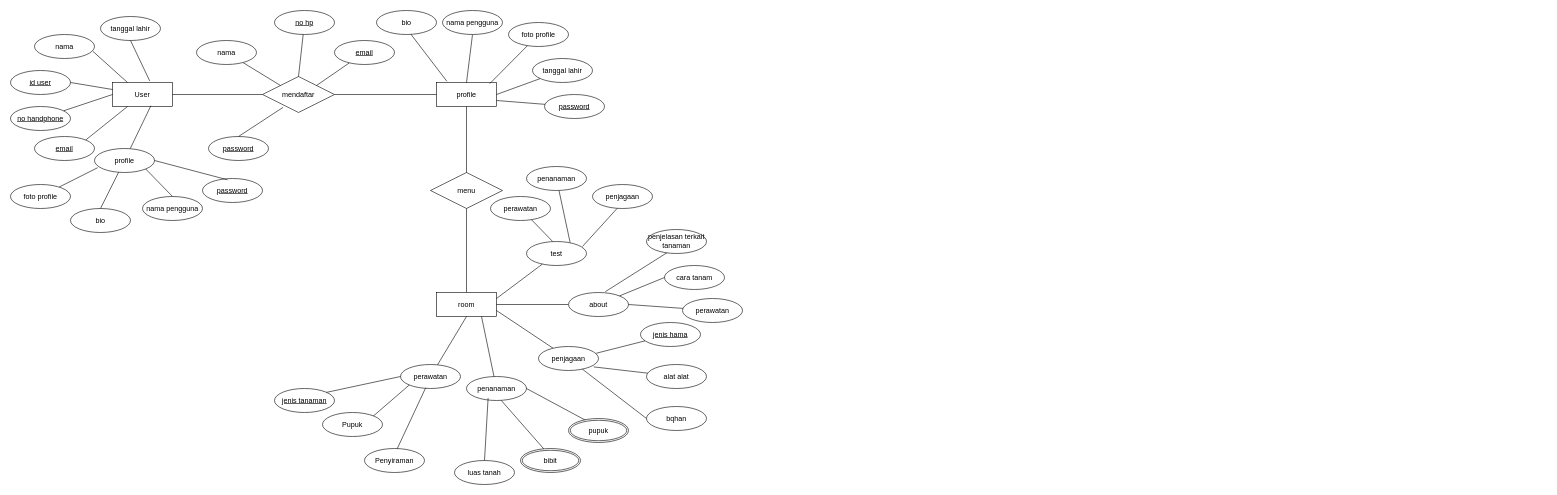
Before: ukl.drawio in aisyahgadis/FarmBot, a draw.io diagram. Source tidied: cells renumbered, new cells numbered last; positions are measured from the earlier drawing's top-left corner, leaving out a move shared by most shapes. Both pictures are drawn from the tidied source at 60%, with x=0, y=0 at pixel (10, 10).
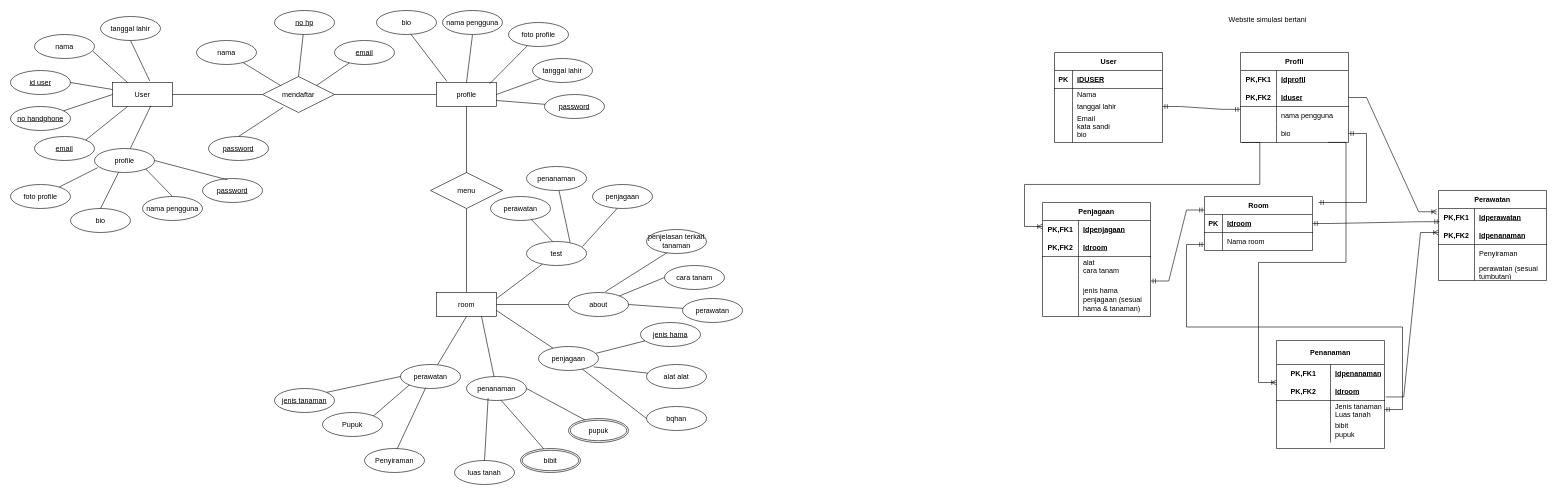
After the change.

Diff of the diagram source:
```diff
@@
+    <mxCell id="90" value="Profil" style="shape=table;startSize=30;childLayout=tableLayout;rowLines=0;fontStyle=1;align=center;html=1;whiteSpace=wrap;" parent="1" vertex="1">
+      <mxGeometry x="2050" y="70" width="180" height="150" as="geometry" />
+    </mxCell>
+    <mxCell id="91" style="shape=tableRow;horizontal=0;startSize=0;swimlaneHead=0;swimlaneBody=0;fillColor=none;top=0;left=0;right=0;bottom=0;html=1;" parent="90" vertex="1">
+      <mxGeometry y="30" width="180" height="30" as="geometry" />
+    </mxCell>
+    <mxCell id="92" value="PK,FK1" style="shape=partialRectangle;fillColor=none;top=0;left=0;bottom=0;right=0;fontStyle=1;overflow=hidden;html=1;whiteSpace=wrap;" parent="91" vertex="1">
+      <mxGeometry width="60" height="30" as="geometry" />
+    </mxCell>
+    <mxCell id="93" value="Idprofil" style="shape=partialRectangle;fillColor=none;top=0;left=0;bottom=0;right=0;align=left;spacingLeft=6;fontStyle=5;overflow=hidden;html=1;whiteSpace=wrap;" parent="91" vertex="1">
+      <mxGeometry x="60" width="120" height="30" as="geometry" />
+    </mxCell>
+    <mxCell id="94" style="shape=tableRow;horizontal=0;startSize=0;swimlaneHead=0;swimlaneBody=0;fillColor=none;points=[[0,0.5],[1,0.5]];portConstraint=eastwest;top=0;left=0;right=0;bottom=1;html=1;" parent="90" vertex="1">
+      <mxGeometry y="60" width="180" height="30" as="geometry" />
+    </mxCell>
+    <mxCell id="95" value="PK,FK2" style="shape=partialRectangle;fillColor=none;top=0;left=0;bottom=0;right=0;fontStyle=1;overflow=hidden;html=1;whiteSpace=wrap;" parent="94" vertex="1">
+      <mxGeometry width="60" height="30" as="geometry" />
+    </mxCell>
+    <mxCell id="96" value="Iduser" style="shape=partialRectangle;fillColor=none;top=0;left=0;bottom=0;right=0;align=left;spacingLeft=6;fontStyle=5;overflow=hidden;html=1;whiteSpace=wrap;" parent="94" vertex="1">
+      <mxGeometry x="60" width="120" height="30" as="geometry" />
+    </mxCell>
+    <mxCell id="97" style="shape=tableRow;horizontal=0;startSize=0;swimlaneHead=0;swimlaneBody=0;fillColor=none;points=[[0,0.5],[1,0.5]];portConstraint=eastwest;top=0;left=0;right=0;bottom=0;html=1;" parent="90" vertex="1">
+      <mxGeometry y="90" width="180" height="30" as="geometry" />
+    </mxCell>
+    <mxCell id="98" style="shape=partialRectangle;fillColor=none;top=0;left=0;bottom=0;right=0;overflow=hidden;html=1;whiteSpace=wrap;" parent="97" vertex="1">
+      <mxGeometry width="60" height="30" as="geometry" />
+    </mxCell>
+    <mxCell id="99" value="nama pengguna" style="shape=partialRectangle;fillColor=none;top=0;left=0;bottom=0;right=0;align=left;spacingLeft=6;overflow=hidden;html=1;whiteSpace=wrap;" parent="97" vertex="1">
+      <mxGeometry x="60" width="120" height="30" as="geometry" />
+    </mxCell>
+    <mxCell id="100" style="shape=tableRow;horizontal=0;startSize=0;swimlaneHead=0;swimlaneBody=0;fillColor=none;points=[[0,0.5],[1,0.5]];portConstraint=eastwest;top=0;left=0;right=0;bottom=0;html=1;" parent="90" vertex="1">
+      <mxGeometry y="120" width="180" height="30" as="geometry" />
+    </mxCell>
+    <mxCell id="101" style="shape=partialRectangle;fillColor=none;top=0;left=0;bottom=0;right=0;overflow=hidden;html=1;whiteSpace=wrap;" parent="100" vertex="1">
+      <mxGeometry width="60" height="30" as="geometry" />
+    </mxCell>
+    <mxCell id="102" value="bio" style="shape=partialRectangle;fillColor=none;top=0;left=0;bottom=0;right=0;align=left;spacingLeft=6;overflow=hidden;html=1;whiteSpace=wrap;" parent="100" vertex="1">
+      <mxGeometry x="60" width="120" height="30" as="geometry" />
+    </mxCell>
+    <mxCell id="103" value="User" style="shape=table;startSize=30;childLayout=tableLayout;rowLines=0;fontStyle=1;align=center;html=1;" parent="1" vertex="1">
+      <mxGeometry x="1740" y="70" width="180" height="150" as="geometry" />
+    </mxCell>
+    <mxCell id="104" style="shape=tableRow;horizontal=0;startSize=0;swimlaneHead=0;swimlaneBody=0;fillColor=none;top=0;left=0;right=0;bottom=1;" parent="103" vertex="1">
+      <mxGeometry y="30" width="180" height="30" as="geometry" />
+    </mxCell>
+    <mxCell id="105" value="PK" style="shape=partialRectangle;fillColor=none;top=0;left=0;bottom=0;right=0;fontStyle=1;overflow=hidden;whiteSpace=wrap;html=1;" parent="104" vertex="1">
+      <mxGeometry width="30" height="30" as="geometry" />
+    </mxCell>
+    <mxCell id="106" value="IDUSER" style="shape=partialRectangle;fillColor=none;top=0;left=0;bottom=0;right=0;align=left;spacingLeft=6;fontStyle=5;overflow=hidden;whiteSpace=wrap;html=1;" parent="104" vertex="1">
+      <mxGeometry x="30" width="150" height="30" as="geometry" />
+    </mxCell>
+    <mxCell id="107" style="shape=tableRow;horizontal=0;startSize=0;swimlaneHead=0;swimlaneBody=0;fillColor=none;top=0;left=0;right=0;bottom=0;" parent="103" vertex="1">
+      <mxGeometry y="60" width="180" height="20" as="geometry" />
+    </mxCell>
+    <mxCell id="108" style="shape=partialRectangle;fillColor=none;top=0;left=0;bottom=0;right=0;overflow=hidden;whiteSpace=wrap;html=1;" parent="107" vertex="1">
+      <mxGeometry width="30" height="20" as="geometry" />
+    </mxCell>
+    <mxCell id="109" value="Nama" style="shape=partialRectangle;fillColor=none;top=0;left=0;bottom=0;right=0;align=left;spacingLeft=6;overflow=hidden;whiteSpace=wrap;html=1;" parent="107" vertex="1">
+      <mxGeometry x="30" width="150" height="20" as="geometry" />
+    </mxCell>
+    <mxCell id="110" style="shape=tableRow;horizontal=0;startSize=0;swimlaneHead=0;swimlaneBody=0;fillColor=none;points=[[0,0.5],[1,0.5]];portConstraint=eastwest;top=0;left=0;right=0;bottom=0;" parent="103" vertex="1">
+      <mxGeometry y="80" width="180" height="20" as="geometry" />
+    </mxCell>
+    <mxCell id="111" style="shape=partialRectangle;fillColor=none;top=0;left=0;bottom=0;right=0;overflow=hidden;whiteSpace=wrap;html=1;" parent="110" vertex="1">
+      <mxGeometry width="30" height="20" as="geometry" />
+    </mxCell>
+    <mxCell id="112" value="tanggal lahir" style="shape=partialRectangle;fillColor=none;top=0;left=0;bottom=0;right=0;align=left;spacingLeft=6;overflow=hidden;whiteSpace=wrap;html=1;" parent="110" vertex="1">
+      <mxGeometry x="30" width="150" height="20" as="geometry" />
+    </mxCell>
+    <mxCell id="113" style="shape=tableRow;horizontal=0;startSize=0;swimlaneHead=0;swimlaneBody=0;fillColor=none;top=0;left=0;right=0;bottom=0;" parent="103" vertex="1">
+      <mxGeometry y="100" width="180" height="50" as="geometry" />
+    </mxCell>
+    <mxCell id="114" value="&lt;div&gt;&lt;br&gt;&lt;/div&gt;&lt;div&gt;&lt;br&gt;&lt;/div&gt;" style="shape=partialRectangle;fillColor=none;top=0;left=0;bottom=0;right=0;overflow=hidden;whiteSpace=wrap;html=1;" parent="113" vertex="1">
+      <mxGeometry width="30" height="50" as="geometry" />
+    </mxCell>
+    <mxCell id="115" value="&lt;div&gt;Email&lt;/div&gt;&lt;div&gt;kata sandi&amp;nbsp;&lt;/div&gt;&lt;div&gt;bio&lt;/div&gt;&lt;div&gt;&lt;br&gt;&lt;/div&gt;" style="shape=partialRectangle;fillColor=none;top=0;left=0;bottom=0;right=0;align=left;spacingLeft=6;overflow=hidden;whiteSpace=wrap;html=1;" parent="113" vertex="1">
+      <mxGeometry x="30" width="150" height="50" as="geometry" />
+    </mxCell>
+    <mxCell id="116" value="Room" style="shape=table;startSize=30;childLayout=tableLayout;rowLines=0;fontStyle=1;align=center;html=1;" parent="1" vertex="1">
+      <mxGeometry x="1990" y="310" width="180" height="90" as="geometry" />
+    </mxCell>
+    <mxCell id="117" style="shape=tableRow;horizontal=0;startSize=0;swimlaneHead=0;swimlaneBody=0;fillColor=none;points=[[0,0.5],[1,0.5]];portConstraint=eastwest;top=0;left=0;right=0;bottom=1;" parent="116" vertex="1">
+      <mxGeometry y="30" width="180" height="30" as="geometry" />
+    </mxCell>
+    <mxCell id="118" value="PK" style="shape=partialRectangle;fillColor=none;top=0;left=0;bottom=0;right=0;fontStyle=1;overflow=hidden;whiteSpace=wrap;html=1;" parent="117" vertex="1">
+      <mxGeometry width="30" height="30" as="geometry" />
+    </mxCell>
+    <mxCell id="119" value="Idroom" style="shape=partialRectangle;fillColor=none;top=0;left=0;bottom=0;right=0;align=left;spacingLeft=6;fontStyle=5;overflow=hidden;whiteSpace=wrap;html=1;" parent="117" vertex="1">
+      <mxGeometry x="30" width="150" height="30" as="geometry" />
+    </mxCell>
+    <mxCell id="120" style="shape=tableRow;horizontal=0;startSize=0;swimlaneHead=0;swimlaneBody=0;fillColor=none;top=0;left=0;right=0;bottom=0;" parent="116" vertex="1">
+      <mxGeometry y="60" width="180" height="30" as="geometry" />
+    </mxCell>
+    <mxCell id="121" style="shape=partialRectangle;fillColor=none;top=0;left=0;bottom=0;right=0;overflow=hidden;whiteSpace=wrap;html=1;" parent="120" vertex="1">
+      <mxGeometry width="30" height="30" as="geometry" />
+    </mxCell>
+    <mxCell id="122" value="Nama room" style="shape=partialRectangle;fillColor=none;top=0;left=0;bottom=0;right=0;align=left;spacingLeft=6;overflow=hidden;whiteSpace=wrap;html=1;" parent="120" vertex="1">
+      <mxGeometry x="30" width="150" height="30" as="geometry" />
+    </mxCell>
+    <mxCell id="123" value="Penanaman" style="shape=table;startSize=40;childLayout=tableLayout;rowLines=0;fontStyle=1;align=center;html=1;whiteSpace=wrap;" parent="1" vertex="1">
+      <mxGeometry x="2110" y="550" width="180" height="180" as="geometry" />
+    </mxCell>
+    <mxCell id="124" style="shape=tableRow;horizontal=0;startSize=0;swimlaneHead=0;swimlaneBody=0;fillColor=none;top=0;left=0;right=0;bottom=0;html=1;" parent="123" vertex="1">
+      <mxGeometry y="40" width="180" height="30" as="geometry" />
+    </mxCell>
+    <mxCell id="125" value="PK,FK1" style="shape=partialRectangle;fillColor=none;top=0;left=0;bottom=0;right=0;fontStyle=1;overflow=hidden;html=1;whiteSpace=wrap;" parent="124" vertex="1">
+      <mxGeometry width="90" height="30" as="geometry" />
+    </mxCell>
+    <mxCell id="126" value="Idpenanaman" style="shape=partialRectangle;fillColor=none;top=0;left=0;bottom=0;right=0;align=left;spacingLeft=6;fontStyle=5;overflow=hidden;html=1;whiteSpace=wrap;" parent="124" vertex="1">
+      <mxGeometry x="90" width="90" height="30" as="geometry" />
+    </mxCell>
+    <mxCell id="127" style="shape=tableRow;horizontal=0;startSize=0;swimlaneHead=0;swimlaneBody=0;fillColor=none;points=[[0,0.5],[1,0.5]];portConstraint=eastwest;top=0;left=0;right=0;bottom=1;html=1;" parent="123" vertex="1">
+      <mxGeometry y="70" width="180" height="30" as="geometry" />
+    </mxCell>
+    <mxCell id="128" value="PK,FK2" style="shape=partialRectangle;fillColor=none;top=0;left=0;bottom=0;right=0;fontStyle=1;overflow=hidden;html=1;whiteSpace=wrap;" parent="127" vertex="1">
+      <mxGeometry width="90" height="30" as="geometry" />
+    </mxCell>
+    <mxCell id="129" value="Idroom" style="shape=partialRectangle;fillColor=none;top=0;left=0;bottom=0;right=0;align=left;spacingLeft=6;fontStyle=5;overflow=hidden;html=1;whiteSpace=wrap;" parent="127" vertex="1">
+      <mxGeometry x="90" width="90" height="30" as="geometry" />
+    </mxCell>
+    <mxCell id="130" style="shape=tableRow;horizontal=0;startSize=0;swimlaneHead=0;swimlaneBody=0;fillColor=none;points=[[0,0.5],[1,0.5]];portConstraint=eastwest;top=0;left=0;right=0;bottom=0;html=1;" parent="123" vertex="1">
+      <mxGeometry y="100" width="180" height="30" as="geometry" />
+    </mxCell>
+    <mxCell id="131" style="shape=partialRectangle;fillColor=none;top=0;left=0;bottom=0;right=0;overflow=hidden;html=1;whiteSpace=wrap;" parent="130" vertex="1">
+      <mxGeometry width="90" height="30" as="geometry" />
+    </mxCell>
+    <mxCell id="132" value="Jenis tanaman&lt;div&gt;Luas tanah&lt;/div&gt;" style="shape=partialRectangle;fillColor=none;top=0;left=0;bottom=0;right=0;align=left;spacingLeft=6;overflow=hidden;html=1;whiteSpace=wrap;" parent="130" vertex="1">
+      <mxGeometry x="90" width="90" height="30" as="geometry" />
+    </mxCell>
+    <mxCell id="133" style="shape=tableRow;horizontal=0;startSize=0;swimlaneHead=0;swimlaneBody=0;fillColor=none;top=0;left=0;right=0;bottom=0;html=1;" parent="123" vertex="1">
+      <mxGeometry y="130" width="180" height="40" as="geometry" />
+    </mxCell>
+    <mxCell id="134" style="shape=partialRectangle;fillColor=none;top=0;left=0;bottom=0;right=0;overflow=hidden;html=1;whiteSpace=wrap;" parent="133" vertex="1">
+      <mxGeometry width="90" height="40" as="geometry" />
+    </mxCell>
+    <mxCell id="135" value="bibit&lt;div&gt;pupuk&lt;/div&gt;" style="shape=partialRectangle;fillColor=none;top=0;left=0;bottom=0;right=0;align=left;spacingLeft=6;overflow=hidden;html=1;whiteSpace=wrap;" parent="133" vertex="1">
+      <mxGeometry x="90" width="90" height="40" as="geometry" />
+    </mxCell>
+    <mxCell id="136" value="Perawatan" style="shape=table;startSize=30;childLayout=tableLayout;rowLines=0;fontStyle=1;align=center;html=1;whiteSpace=wrap;" parent="1" vertex="1">
+      <mxGeometry x="2380" y="300" width="180" height="150" as="geometry" />
+    </mxCell>
+    <mxCell id="137" style="shape=tableRow;horizontal=0;startSize=0;swimlaneHead=0;swimlaneBody=0;fillColor=none;points=[[0,0.5],[1,0.5]];portConstraint=eastwest;top=0;left=0;right=0;bottom=0;html=1;" parent="136" vertex="1">
+      <mxGeometry y="30" width="180" height="30" as="geometry" />
+    </mxCell>
+    <mxCell id="138" value="PK,FK1" style="shape=partialRectangle;fillColor=none;top=0;left=0;bottom=0;right=0;fontStyle=1;overflow=hidden;html=1;whiteSpace=wrap;" parent="137" vertex="1">
+      <mxGeometry width="60" height="30" as="geometry" />
+    </mxCell>
+    <mxCell id="139" value="Idperawatan" style="shape=partialRectangle;fillColor=none;top=0;left=0;bottom=0;right=0;align=left;spacingLeft=6;fontStyle=5;overflow=hidden;html=1;whiteSpace=wrap;" parent="137" vertex="1">
+      <mxGeometry x="60" width="120" height="30" as="geometry" />
+    </mxCell>
+    <mxCell id="140" style="shape=tableRow;horizontal=0;startSize=0;swimlaneHead=0;swimlaneBody=0;fillColor=none;top=0;left=0;right=0;bottom=1;html=1;" parent="136" vertex="1">
+      <mxGeometry y="60" width="180" height="30" as="geometry" />
+    </mxCell>
+    <mxCell id="141" value="PK,FK2" style="shape=partialRectangle;fillColor=none;top=0;left=0;bottom=0;right=0;fontStyle=1;overflow=hidden;html=1;whiteSpace=wrap;" parent="140" vertex="1">
+      <mxGeometry width="60" height="30" as="geometry" />
+    </mxCell>
+    <mxCell id="142" value="Idpenanaman" style="shape=partialRectangle;fillColor=none;top=0;left=0;bottom=0;right=0;align=left;spacingLeft=6;fontStyle=5;overflow=hidden;html=1;whiteSpace=wrap;" parent="140" vertex="1">
+      <mxGeometry x="60" width="120" height="30" as="geometry" />
+    </mxCell>
+    <mxCell id="143" style="shape=tableRow;horizontal=0;startSize=0;swimlaneHead=0;swimlaneBody=0;fillColor=none;top=0;left=0;right=0;bottom=0;html=1;" parent="136" vertex="1">
+      <mxGeometry y="90" width="180" height="30" as="geometry" />
+    </mxCell>
+    <mxCell id="144" style="shape=partialRectangle;fillColor=none;top=0;left=0;bottom=0;right=0;overflow=hidden;html=1;whiteSpace=wrap;" parent="143" vertex="1">
+      <mxGeometry width="60" height="30" as="geometry" />
+    </mxCell>
+    <mxCell id="145" value="Penyiraman" style="shape=partialRectangle;fillColor=none;top=0;left=0;bottom=0;right=0;align=left;spacingLeft=6;overflow=hidden;html=1;whiteSpace=wrap;" parent="143" vertex="1">
+      <mxGeometry x="60" width="120" height="30" as="geometry" />
+    </mxCell>
+    <mxCell id="146" style="shape=tableRow;horizontal=0;startSize=0;swimlaneHead=0;swimlaneBody=0;fillColor=none;top=0;left=0;right=0;bottom=0;html=1;" parent="136" vertex="1">
+      <mxGeometry y="120" width="180" height="30" as="geometry" />
+    </mxCell>
+    <mxCell id="147" style="shape=partialRectangle;fillColor=none;top=0;left=0;bottom=0;right=0;overflow=hidden;html=1;whiteSpace=wrap;" parent="146" vertex="1">
+      <mxGeometry width="60" height="30" as="geometry" />
+    </mxCell>
+    <mxCell id="148" value="perawatan (sesuai tumbutan)" style="shape=partialRectangle;fillColor=none;top=0;left=0;bottom=0;right=0;align=left;spacingLeft=6;overflow=hidden;html=1;whiteSpace=wrap;" parent="146" vertex="1">
+      <mxGeometry x="60" width="120" height="30" as="geometry" />
+    </mxCell>
+    <mxCell id="149" value="Penjagaan" style="shape=table;startSize=30;childLayout=tableLayout;rowLines=0;fontStyle=1;align=center;html=1;whiteSpace=wrap;" parent="1" vertex="1">
+      <mxGeometry x="1720" y="320" width="180" height="190" as="geometry" />
+    </mxCell>
+    <mxCell id="150" style="shape=tableRow;horizontal=0;startSize=0;swimlaneHead=0;swimlaneBody=0;fillColor=none;top=0;left=0;right=0;bottom=0;html=1;" parent="149" vertex="1">
+      <mxGeometry y="30" width="180" height="30" as="geometry" />
+    </mxCell>
+    <mxCell id="151" value="PK,FK1" style="shape=partialRectangle;fillColor=none;top=0;left=0;bottom=0;right=0;fontStyle=1;overflow=hidden;html=1;whiteSpace=wrap;" parent="150" vertex="1">
+      <mxGeometry width="60" height="30" as="geometry" />
+    </mxCell>
+    <mxCell id="152" value="Idpenjagaan" style="shape=partialRectangle;fillColor=none;top=0;left=0;bottom=0;right=0;align=left;spacingLeft=6;fontStyle=5;overflow=hidden;html=1;whiteSpace=wrap;" parent="150" vertex="1">
+      <mxGeometry x="60" width="120" height="30" as="geometry" />
+    </mxCell>
+    <mxCell id="153" style="shape=tableRow;horizontal=0;startSize=0;swimlaneHead=0;swimlaneBody=0;fillColor=none;top=0;left=0;right=0;bottom=1;html=1;" parent="149" vertex="1">
+      <mxGeometry y="60" width="180" height="30" as="geometry" />
+    </mxCell>
+    <mxCell id="154" value="PK,FK2" style="shape=partialRectangle;fillColor=none;top=0;left=0;bottom=0;right=0;fontStyle=1;overflow=hidden;html=1;whiteSpace=wrap;" parent="153" vertex="1">
+      <mxGeometry width="60" height="30" as="geometry" />
+    </mxCell>
+    <mxCell id="155" value="Idroom" style="shape=partialRectangle;fillColor=none;top=0;left=0;bottom=0;right=0;align=left;spacingLeft=6;fontStyle=5;overflow=hidden;html=1;whiteSpace=wrap;" parent="153" vertex="1">
+      <mxGeometry x="60" width="120" height="30" as="geometry" />
+    </mxCell>
+    <mxCell id="156" style="shape=tableRow;horizontal=0;startSize=0;swimlaneHead=0;swimlaneBody=0;fillColor=none;top=0;left=0;right=0;bottom=0;html=1;" parent="149" vertex="1">
+      <mxGeometry y="90" width="180" height="30" as="geometry" />
+    </mxCell>
+    <mxCell id="157" style="shape=partialRectangle;fillColor=none;top=0;left=0;bottom=0;right=0;overflow=hidden;html=1;whiteSpace=wrap;" parent="156" vertex="1">
+      <mxGeometry width="60" height="30" as="geometry" />
+    </mxCell>
+    <mxCell id="158" value="alat&lt;div&gt;cara tanam&lt;/div&gt;" style="shape=partialRectangle;fillColor=none;top=0;left=0;bottom=0;right=0;align=left;spacingLeft=6;overflow=hidden;html=1;whiteSpace=wrap;" parent="156" vertex="1">
+      <mxGeometry x="60" width="120" height="30" as="geometry" />
+    </mxCell>
+    <mxCell id="159" style="shape=tableRow;horizontal=0;startSize=0;swimlaneHead=0;swimlaneBody=0;fillColor=none;points=[[0,0.5],[1,0.5]];portConstraint=eastwest;top=0;left=0;right=0;bottom=0;html=1;" parent="149" vertex="1">
+      <mxGeometry y="120" width="180" height="70" as="geometry" />
+    </mxCell>
+    <mxCell id="160" style="shape=partialRectangle;fillColor=none;top=0;left=0;bottom=0;right=0;overflow=hidden;html=1;whiteSpace=wrap;" parent="159" vertex="1">
+      <mxGeometry width="60" height="70" as="geometry" />
+    </mxCell>
+    <mxCell id="161" value="&lt;br&gt;&lt;div&gt;jenis hama&lt;/div&gt;&lt;div&gt;penjagaan (sesuai hama &amp;amp; tanaman)&lt;/div&gt;" style="shape=partialRectangle;fillColor=none;top=0;left=0;bottom=0;right=0;align=left;spacingLeft=6;overflow=hidden;html=1;whiteSpace=wrap;" parent="159" vertex="1">
+      <mxGeometry x="60" width="120" height="70" as="geometry" />
+    </mxCell>
+    <mxCell id="162" style="edgeStyle=entityRelationEdgeStyle;fontSize=12;html=1;endArrow=ERmandOne;startArrow=ERmandOne;rounded=0;exitX=1;exitY=0.5;exitDx=0;exitDy=0;entryX=-0.001;entryY=0.159;entryDx=0;entryDy=0;entryPerimeter=0;" parent="1" edge="1" source="110" target="97">
+      <mxGeometry relative="1" as="geometry" />
+    </mxCell>
+    <mxCell id="163" style="edgeStyle=entityRelationEdgeStyle;fontSize=12;html=1;endArrow=ERoneToMany;rounded=0;exitX=1.011;exitY=0.803;exitDx=0;exitDy=0;exitPerimeter=0;" parent="1" edge="1" source="127">
+      <mxGeometry relative="1" as="geometry">
+        <mxPoint x="2380" y="370" as="targetPoint" />
+      </mxGeometry>
+    </mxCell>
+    <mxCell id="164" style="edgeStyle=entityRelationEdgeStyle;fontSize=12;html=1;endArrow=ERoneToMany;rounded=0;entryX=-0.017;entryY=0.181;entryDx=0;entryDy=0;entryPerimeter=0;" parent="1" edge="1" source="94" target="137">
+      <mxGeometry relative="1" as="geometry" />
+    </mxCell>
+    <mxCell id="165" style="edgeStyle=entityRelationEdgeStyle;fontSize=12;html=1;endArrow=ERoneToMany;rounded=0;exitX=0.012;exitY=0.996;exitDx=0;exitDy=0;exitPerimeter=0;" parent="1" edge="1" source="100">
+      <mxGeometry relative="1" as="geometry">
+        <mxPoint x="1720" y="360" as="targetPoint" />
+      </mxGeometry>
+    </mxCell>
+    <mxCell id="166" style="edgeStyle=entityRelationEdgeStyle;fontSize=12;html=1;endArrow=ERoneToMany;rounded=0;exitX=0.81;exitY=0.993;exitDx=0;exitDy=0;exitPerimeter=0;" parent="1" edge="1" source="100">
+      <mxGeometry relative="1" as="geometry">
+        <mxPoint x="2110" y="620" as="targetPoint" />
+      </mxGeometry>
+    </mxCell>
+    <mxCell id="167" style="edgeStyle=entityRelationEdgeStyle;fontSize=12;html=1;endArrow=ERmandOne;startArrow=ERmandOne;rounded=0;exitX=1.002;exitY=0.155;exitDx=0;exitDy=0;exitPerimeter=0;entryX=0;entryY=0.25;entryDx=0;entryDy=0;" parent="1" edge="1" source="159" target="116">
+      <mxGeometry relative="1" as="geometry" />
+    </mxCell>
+    <mxCell id="168" style="edgeStyle=entityRelationEdgeStyle;fontSize=12;html=1;endArrow=ERmandOne;startArrow=ERmandOne;rounded=0;" parent="1" edge="1" target="100">
+      <mxGeometry relative="1" as="geometry">
+        <mxPoint x="2180" y="320" as="sourcePoint" />
+      </mxGeometry>
+    </mxCell>
+    <mxCell id="169" style="edgeStyle=entityRelationEdgeStyle;fontSize=12;html=1;endArrow=ERmandOne;startArrow=ERmandOne;rounded=0;entryX=0.01;entryY=0.733;entryDx=0;entryDy=0;entryPerimeter=0;exitX=1;exitY=0.5;exitDx=0;exitDy=0;" parent="1" edge="1" source="117" target="137">
+      <mxGeometry relative="1" as="geometry" />
+    </mxCell>
+    <mxCell id="170" style="edgeStyle=entityRelationEdgeStyle;fontSize=12;html=1;endArrow=ERmandOne;startArrow=ERmandOne;rounded=0;exitX=1;exitY=0.5;exitDx=0;exitDy=0;" parent="1" edge="1" source="130">
+      <mxGeometry relative="1" as="geometry">
+        <mxPoint x="1990" y="390" as="targetPoint" />
+      </mxGeometry>
+    </mxCell>
+    <mxCell id="171" value="Website simulasi bertani" style="text;html=1;align=center;verticalAlign=middle;strokeColor=none;fillColor=none;" parent="1" vertex="1">
+      <mxGeometry x="2020" width="150" height="30" as="geometry" />
+    </mxCell>
```
